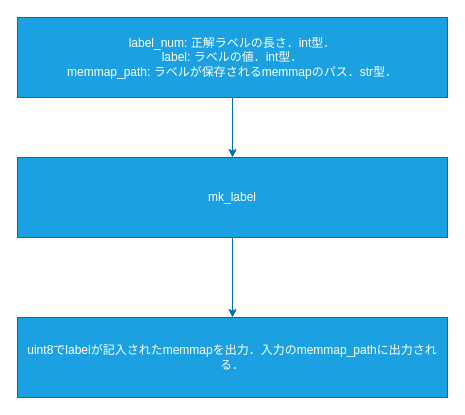
Before: experiment/LightGBM/func/mk_label.dio in yusukeoshimo/3DPIV_2022, a draw.io diagram. Source tidied: cells renumbered, new cells numbered last; positions are measured from the earlier drawing's top-left corner, leaving out a move shared by most shapes. Both pictures are drawn from the tidied source at 100%, with x=0, y=0 at pixel (17, 17).
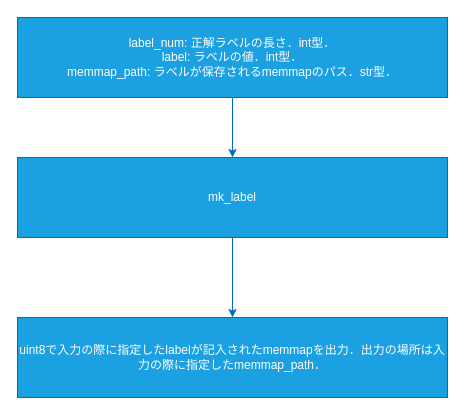
The same diagram, later.

Commit message (it also covers changes not shown here):
mk_label.dioの細かい修正

The edit, as a diff of the source:
```diff
@@
 <mxGraphModel>
   <root>
     <mxCell id="0" />
     <mxCell id="1" parent="0" />
     <mxCell id="2" style="edgeStyle=none;html=1;exitX=0.5;exitY=1;exitDx=0;exitDy=0;entryX=0.5;entryY=0;entryDx=0;entryDy=0;fillColor=#1ba1e2;strokeColor=#006EAF;fontColor=#000000;" parent="1" edge="1" source="3" target="5">
       <mxGeometry relative="1" as="geometry" />
     </mxCell>
     <mxCell id="3" value="label_num: 正解ラベルの長さ．int型．&lt;br&gt;label: ラベルの値．int型．&lt;br&gt;memmap_path: ラベルが保存されるmemmapのパス．str型．" style="rounded=0;whiteSpace=wrap;html=1;fillColor=#1ba1e2;strokeColor=#006EAF;fontColor=#ffffff;" parent="1" vertex="1">
       <mxGeometry width="430" height="80" as="geometry" />
     </mxCell>
     <mxCell id="4" style="edgeStyle=none;html=1;exitX=0.5;exitY=1;exitDx=0;exitDy=0;fillColor=#1ba1e2;strokeColor=#006EAF;fontColor=#000000;" parent="1" edge="1" source="5" target="6">
       <mxGeometry relative="1" as="geometry" />
     </mxCell>
     <mxCell id="5" value="mk_label" style="rounded=0;whiteSpace=wrap;html=1;fillColor=#1ba1e2;strokeColor=#006EAF;fontColor=#ffffff;" parent="1" vertex="1">
       <mxGeometry y="140" width="430" height="80" as="geometry" />
     </mxCell>
-    <mxCell id="6" value="uint8でlabelが記入されたmemmapを出力．入力のmemmap_pathに出力される．" style="rounded=0;whiteSpace=wrap;html=1;fillColor=#1ba1e2;strokeColor=#006EAF;fontColor=#ffffff;" parent="1" vertex="1">
+    <mxCell id="6" value="uint8で入力の際に指定したlabelが記入されたmemmapを出力．出力の場所は入力の際に指定したmemmap_path．" style="rounded=0;whiteSpace=wrap;html=1;fillColor=#1ba1e2;strokeColor=#006EAF;fontColor=#ffffff;" parent="1" vertex="1">
       <mxGeometry y="300" width="430" height="80" as="geometry" />
     </mxCell>
   </root>
 </mxGraphModel>
```
